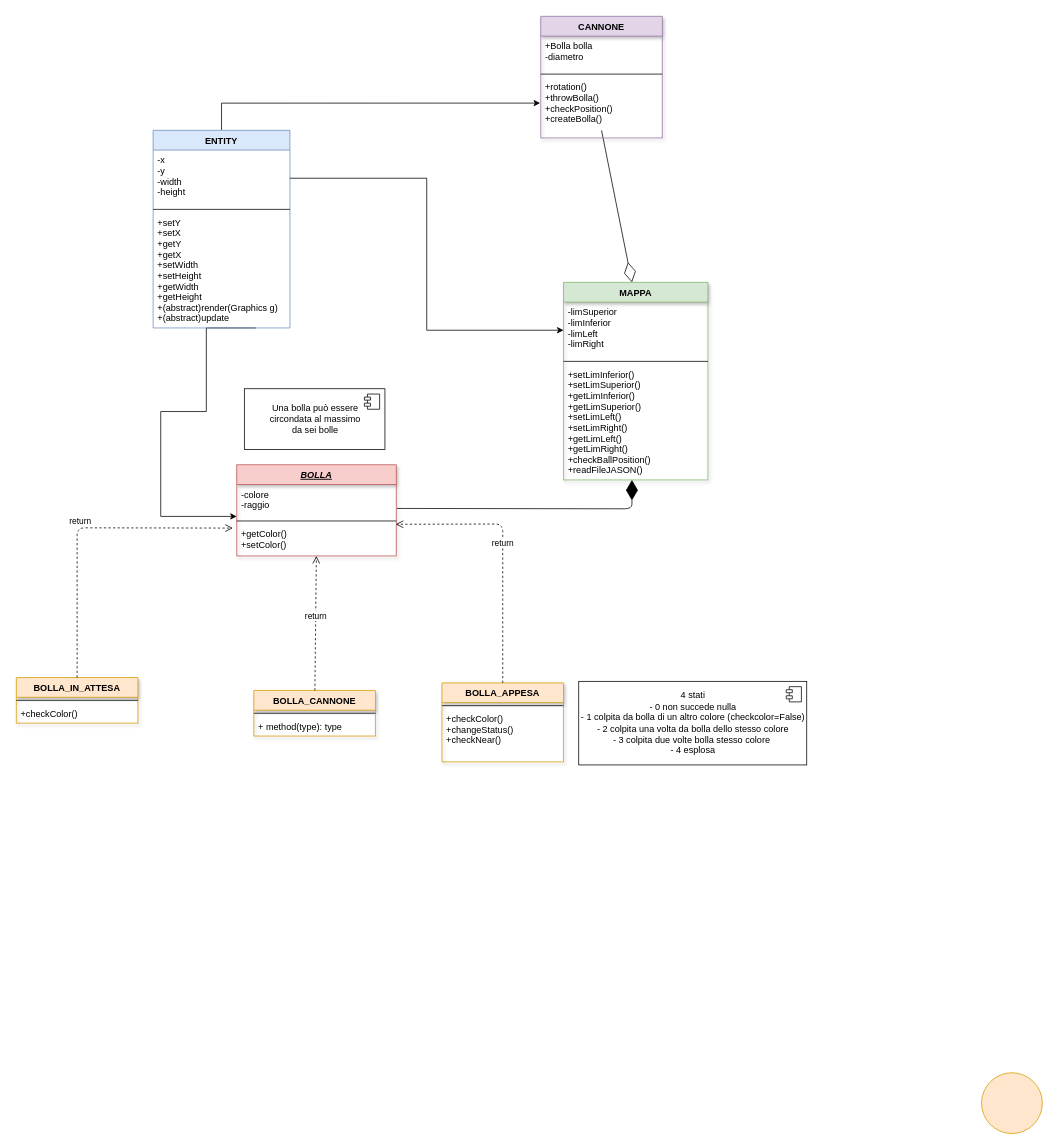
The draw.io diagram UML_SpaccaBolle.drawio in elisasimoni/SpaccaBolle, before the edit. Source tidied: cells renumbered, new cells numbered last; positions are measured from the earlier drawing's top-left corner, leaving out a move shared by most shapes. Both pictures are drawn from the tidied source at 76%, with x=0, y=0 at pixel (16, 16).
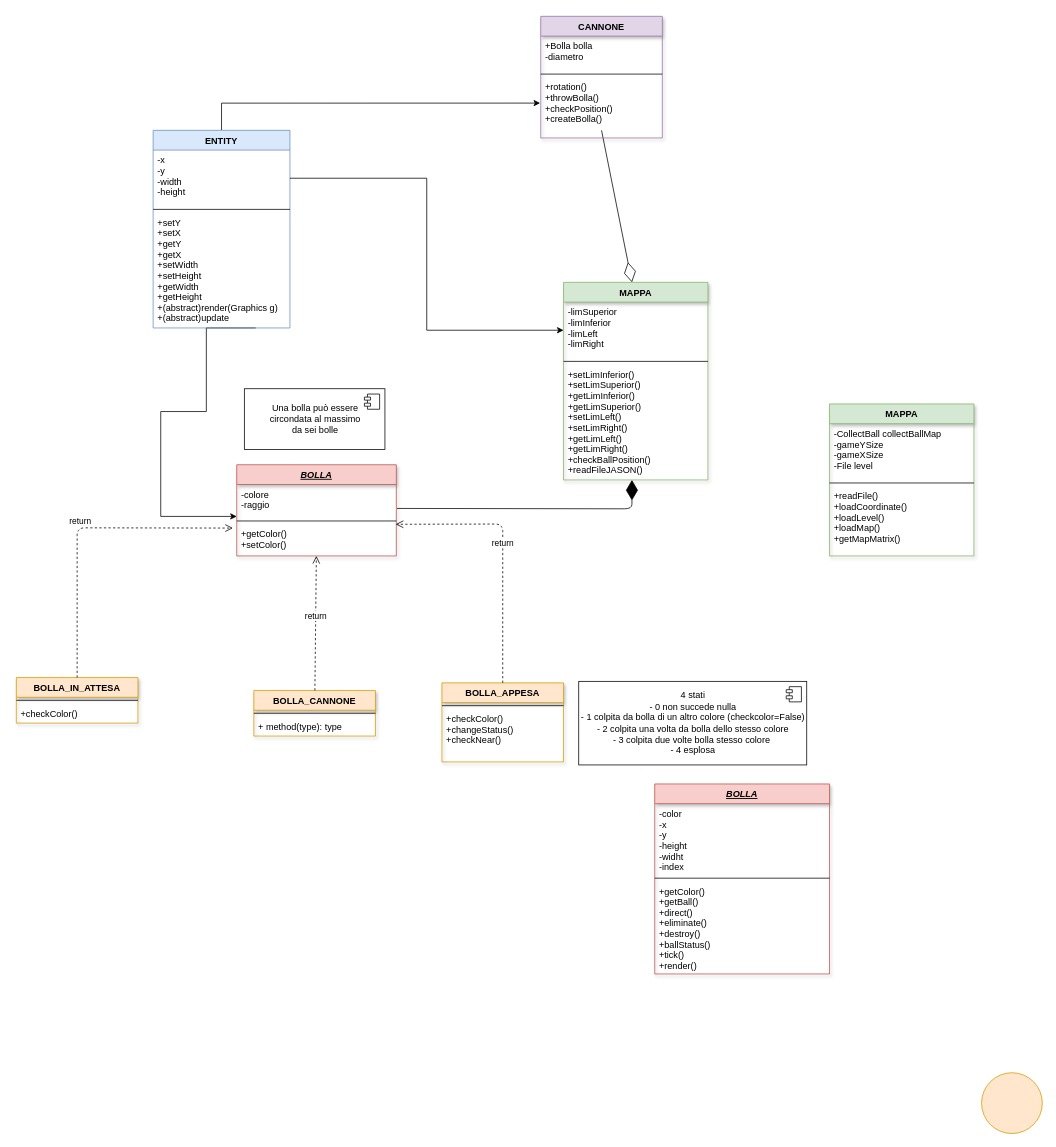
After the change.

What changed in the source:
```diff
@@
+    <mxCell id="40" value="BOLLA" style="swimlane;fontStyle=7;align=center;verticalAlign=top;horizontal=1;startSize=26;fillColor=#f8cecc;strokeColor=#b85450;shadow=1;sketch=0;" parent="1" vertex="1">
+      <mxGeometry x="840" y="1010" width="230" height="250" as="geometry" />
+    </mxCell>
+    <mxCell id="41" value="-color&#10;-x&#10;-y&#10;-height&#10;-widht&#10;-index&#10;" style="text;strokeColor=none;fillColor=none;align=left;verticalAlign=top;spacingLeft=4;spacingRight=4;overflow=hidden;" parent="40" vertex="1">
+      <mxGeometry y="26" width="230" height="94" as="geometry" />
+    </mxCell>
+    <mxCell id="42" style="line;strokeWidth=1;fillColor=none;align=left;verticalAlign=middle;spacingTop=-1;spacingLeft=3;spacingRight=3;labelPosition=right;" parent="40" vertex="1">
+      <mxGeometry y="120" width="230" height="8" as="geometry" />
+    </mxCell>
+    <mxCell id="43" value="+getColor()&#10;+getBall()&#10;+direct()&#10;+eliminate()&#10;+destroy()&#10;+ballStatus()&#10;+tick()&#10;+render()&#10;&#10;" style="text;strokeColor=none;fillColor=none;align=left;verticalAlign=top;spacingLeft=4;spacingRight=4;overflow=hidden;" parent="40" vertex="1">
+      <mxGeometry y="128" width="230" height="122" as="geometry" />
+    </mxCell>
+    <mxCell id="44" value="MAPPA" style="swimlane;fontStyle=1;align=center;verticalAlign=top;horizontal=1;startSize=26;fillColor=#d5e8d4;strokeColor=#82b366;shadow=1;" parent="1" vertex="1">
+      <mxGeometry x="1070" y="510" width="190" height="200" as="geometry" />
+    </mxCell>
+    <mxCell id="45" value="-CollectBall collectBallMap&#10;-gameYSize&#10;-gameXSize&#10;-File level" style="text;strokeColor=none;fillColor=none;align=left;verticalAlign=top;spacingLeft=4;spacingRight=4;overflow=hidden;" parent="44" vertex="1">
+      <mxGeometry y="26" width="190" height="74" as="geometry" />
+    </mxCell>
+    <mxCell id="46" style="line;strokeWidth=1;fillColor=none;align=left;verticalAlign=middle;spacingTop=-1;spacingLeft=3;spacingRight=3;labelPosition=right;" parent="44" vertex="1">
+      <mxGeometry y="100" width="190" height="8" as="geometry" />
+    </mxCell>
+    <mxCell id="47" value="+readFile()&#10;+loadCoordinate()&#10;+loadLevel()&#10;+loadMap()&#10;+getMapMatrix()" style="text;strokeColor=none;fillColor=none;align=left;verticalAlign=top;spacingLeft=4;spacingRight=4;overflow=hidden;" parent="44" vertex="1">
+      <mxGeometry y="108" width="190" height="92" as="geometry" />
+    </mxCell>
```
